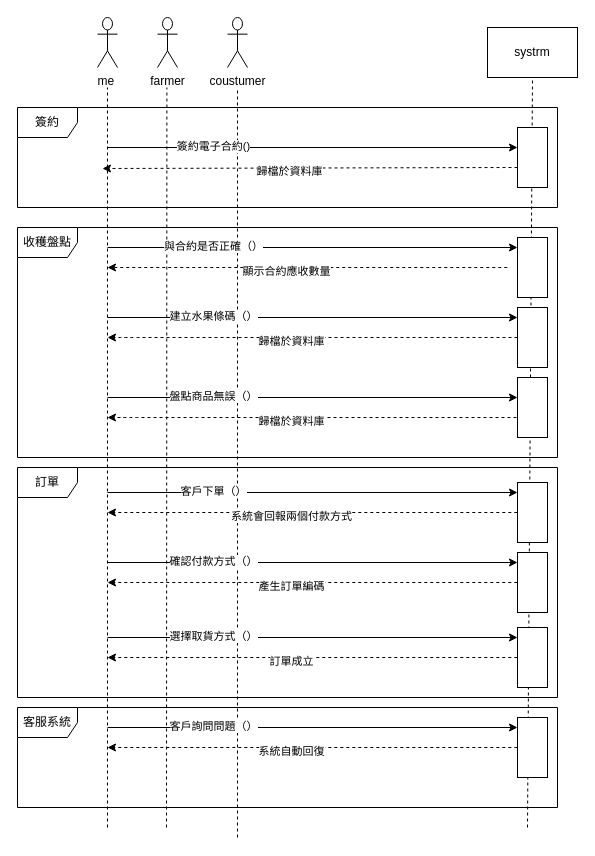
Before: c.drawio in Dolaaaaaaaa/Teamproject, a draw.io diagram. Source tidied: cells renumbered, new cells numbered last; positions are measured from the earlier drawing's top-left corner, leaving out a move shared by most shapes. Both pictures are drawn from the tidied source at 100%, with x=0, y=0 at pixel (17, 17).
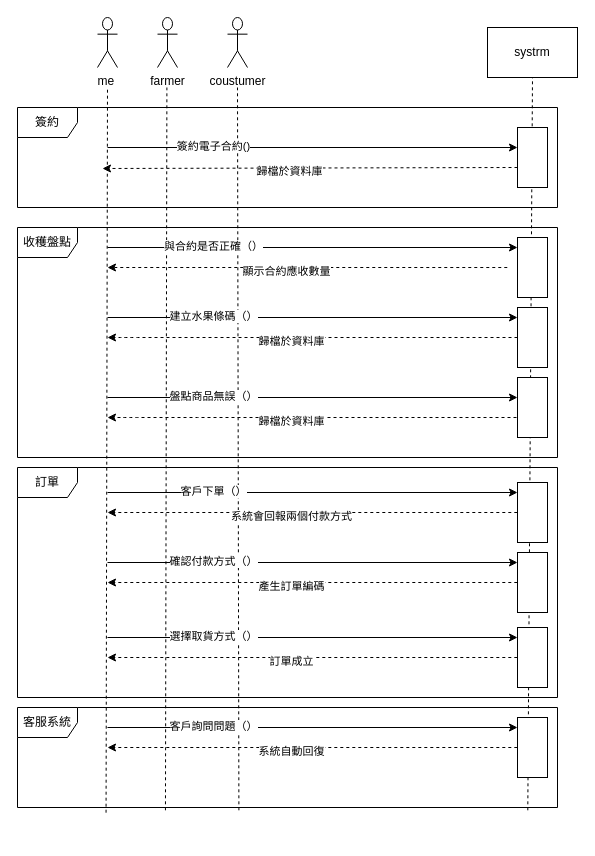
Above is the later version.

Unchanged cells that the change refers to:
```xml
<mxCell id="2" value="systrm" style="rounded=0;whiteSpace=wrap;html=1;" parent="1" vertex="1">
  <mxGeometry x="470" y="10" width="90" height="50" as="geometry" />
</mxCell>
<mxCell id="9" value="coustumer" style="shape=umlActor;verticalLabelPosition=bottom;verticalAlign=top;html=1;" parent="1" vertex="1">
  <mxGeometry x="210" width="20" height="50" as="geometry" />
</mxCell>
<mxCell id="48" value="客服系統" style="shape=umlFrame;whiteSpace=wrap;html=1;" parent="1" vertex="1">
  <mxGeometry y="690" width="540" height="100" as="geometry" />
</mxCell>
```

Change to the diagram source:
```diff
@@
-    <mxCell id="3" style="endArrow=none;dashed=1;html=1;entryX=0.5;entryY=1;entryDx=0;entryDy=0;" parent="1" edge="1" target="2">
-      <mxGeometry relative="1" as="geometry">
-        <mxPoint x="510" y="810" as="sourcePoint" />
-      </mxGeometry>
+    <mxCell id="3" style="endArrow=none;dashed=1;html=1;entryX=0.5;entryY=1;entryDx=0;entryDy=0;exitX=0.945;exitY=1.028;exitDx=0;exitDy=0;exitPerimeter=0;" parent="1" edge="1" source="48" target="2">
+      <mxGeometry relative="1" as="geometry" />
     </mxCell>
-    <mxCell id="4" style="endArrow=none;dashed=1;html=1;entryX=0.5;entryY=1.4;entryDx=0;entryDy=0;entryPerimeter=0;" parent="1" edge="1" target="9">
-      <mxGeometry relative="1" as="geometry">
-        <mxPoint x="220" y="820" as="sourcePoint" />
-      </mxGeometry>
+    <mxCell id="4" style="endArrow=none;dashed=1;html=1;entryX=0.5;entryY=1.4;entryDx=0;entryDy=0;entryPerimeter=0;exitX=0.41;exitY=1.028;exitDx=0;exitDy=0;exitPerimeter=0;" parent="1" edge="1" source="48" target="9">
+      <mxGeometry relative="1" as="geometry" />
     </mxCell>
@@
-    <mxCell id="7" style="endArrow=none;dashed=1;html=1;" parent="1" edge="1">
+    <mxCell id="7" style="endArrow=none;dashed=1;html=1;exitX=0.164;exitY=1.052;exitDx=0;exitDy=0;exitPerimeter=0;" parent="1" edge="1" source="48">
       <mxGeometry relative="1" as="geometry">
-        <mxPoint x="90" y="810" as="sourcePoint" />
         <mxPoint x="90" y="70" as="targetPoint" />
       </mxGeometry>
     </mxCell>
@@
-    <mxCell id="10" style="endArrow=none;dashed=1;html=1;" parent="1" edge="1">
+    <mxCell id="10" style="endArrow=none;dashed=1;html=1;exitX=0.274;exitY=1.028;exitDx=0;exitDy=0;exitPerimeter=0;" parent="1" edge="1" source="48">
       <mxGeometry relative="1" as="geometry">
-        <mxPoint x="149" y="810" as="sourcePoint" />
         <mxPoint x="149.4" y="70" as="targetPoint" />
       </mxGeometry>
     </mxCell>
```
